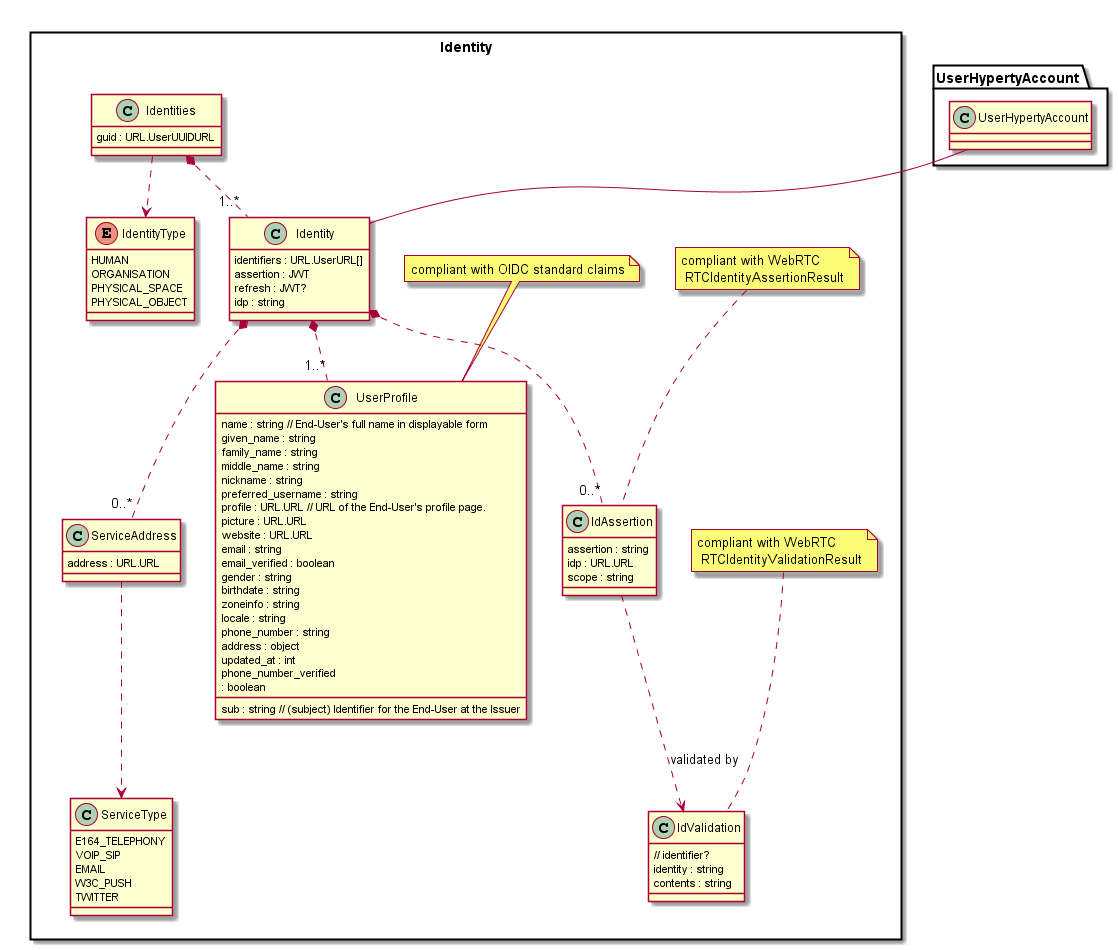
reTHINK-project/specs keeps this PlantUML diagram as datamodel/core/user-identity/Identity-Data-Object-Model.png. Above is the earlier version.
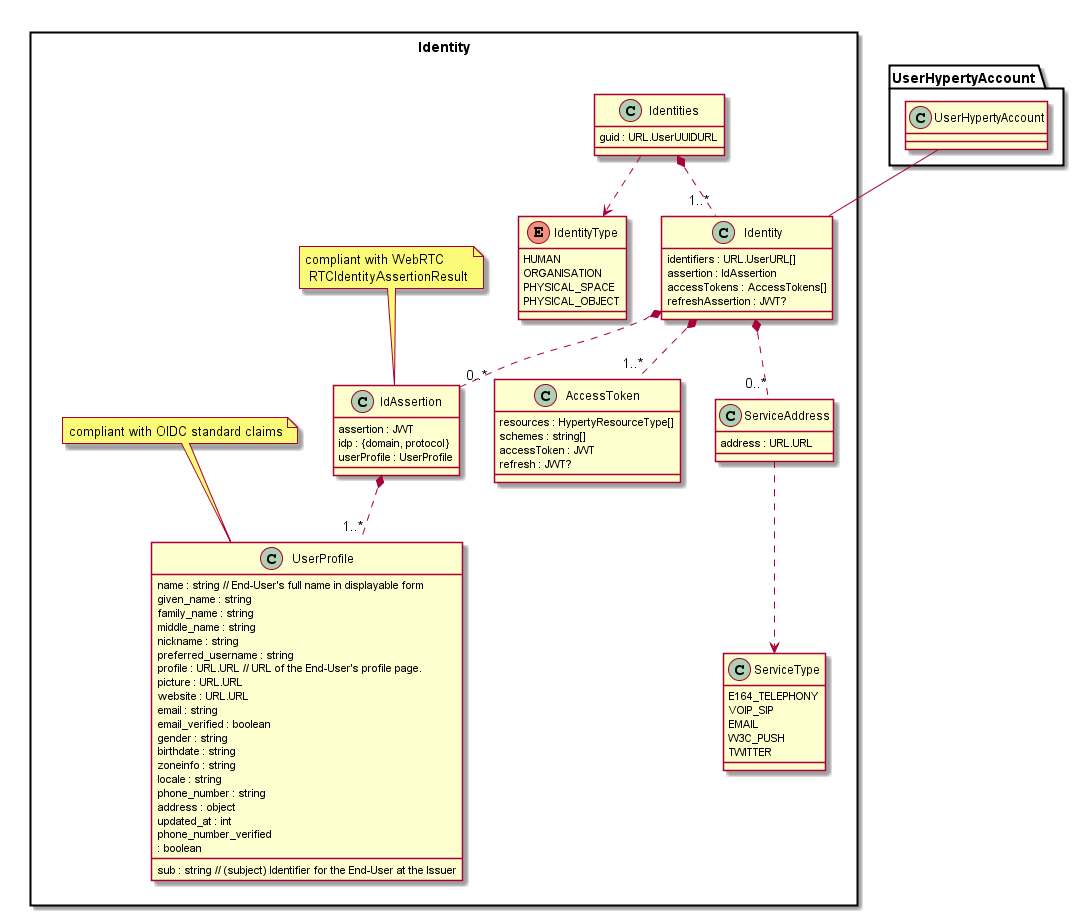
The same diagram one commit later.

Commit message:
updated Identity model to support access tokens to services. Mover User Profile to IdAssertion

The edit, as a diff of the source:
```diff
@@ -15,28 +15,27 @@
 
 	class Identity {
 		identifiers : URL.UserURL[]
-		assertion : JWT
+		assertion : IdAssertion
+		accessTokens : AccessTokens[]
+		refreshAssertion : JWT?
+	}
+
+	class AccessToken {
+		resources : HypertyResourceType[]
+		schemes : string[]
+		accessToken : JWT
 		refresh : JWT?
-		idp : string
 	}
 
 	Identity -up- UserHypertyAccount.UserHypertyAccount
 
 	class IdAssertion {
-		assertion : string
-		idp : URL.URL
-		scope : string
+		assertion : JWT
+		idp : {domain, protocol}
+		userProfile : UserProfile
 	}
 
 	note top : compliant with WebRTC\n RTCIdentityAssertionResult
-
-	class IdValidation {
-		// identifier?
-		identity : string
-		contents : string
-	}
-
-	note top : compliant with WebRTC\n RTCIdentityValidationResult
 
 	class ServiceType {
 		E164_TELEPHONY
@@ -77,12 +76,12 @@
 
 	Identities ..> IdentityType
 	Identities *.. "1..*" Identity
-	Identity *.. "1..*" UserProfile
+	IdAssertion *.. "1..*" UserProfile
+	Identity *.. "1..*" AccessToken
 	Identity *.. "0..*" ServiceAddress
 	Identity *.. "0..*" IdAssertion
 	ServiceAddress ..> ServiceType
 
-	IdAssertion ..> IdValidation : validated by
 
 }
 
```
